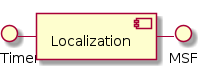
rocko/ost_sisidm_2021_apollo keeps this PlantUML diagram as build/html5/images/plantUMLLocalization.png. Above is the earlier version. Its diagram source:
```plantuml
@startuml
!pragma graphviz_dot smetana

OnTimer - [Localization]
[Localization] - MSF
@enduml
```
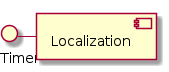
After the change.

The edit, as a diff of the source:
```diff
@@ -2,5 +2,4 @@
 !pragma graphviz_dot smetana
 
 OnTimer - [Localization]
-[Localization] - MSF
 @enduml
```
